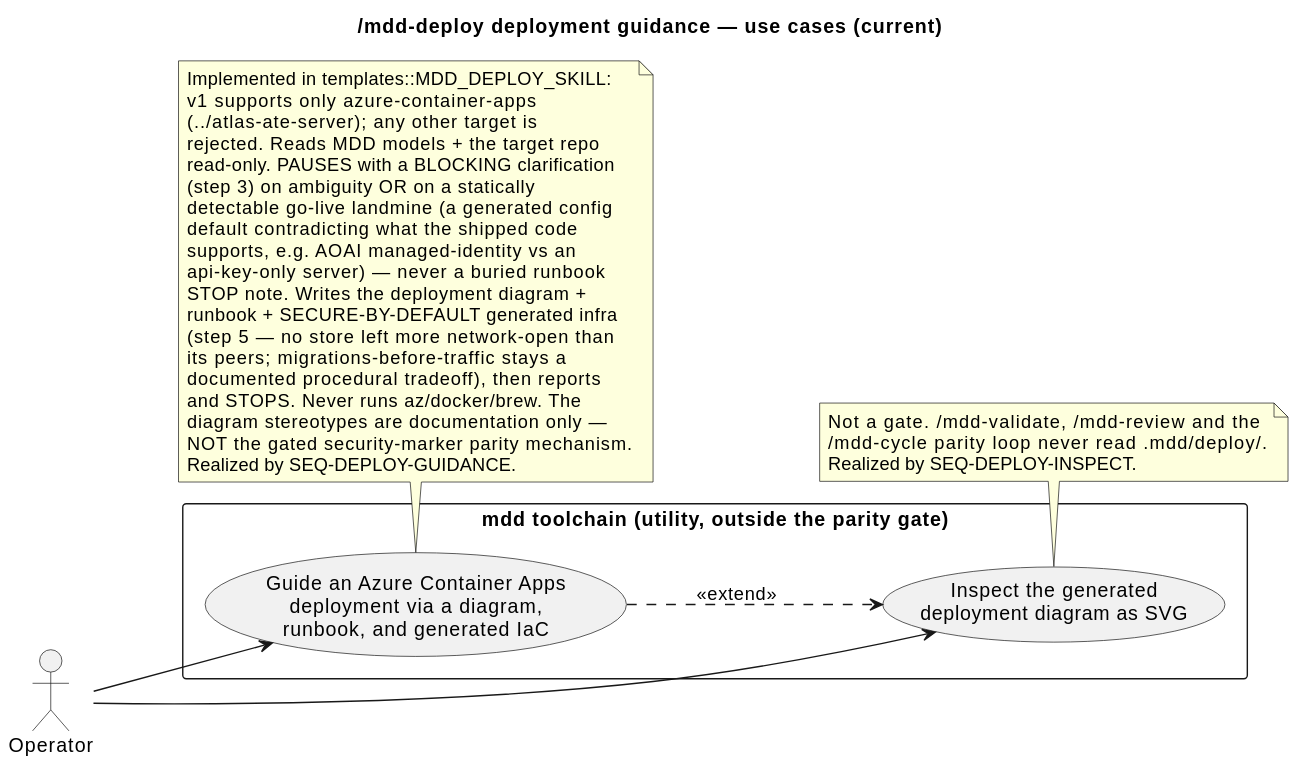
Before: .mdd/rendered/models/current/use-cases/deploy-guidance.svg, a diagram exported from PlantUML (cthadeufaria/model-driven-development). The source it was exported from:
```plantuml
@startuml
title /mdd-deploy deployment guidance — use cases (current)

left to right direction

actor "Operator" as Op

rectangle "mdd toolchain (utility, outside the parity gate)" {
  usecase "Guide an Azure Container Apps\ndeployment via a diagram,\nrunbook, and generated IaC" as Guide
  usecase "Inspect the generated\ndeployment diagram as SVG" as Inspect
}

Op --> Guide
Op --> Inspect

Guide ..> Inspect : <<extend>>

note bottom of Guide
  Implemented in templates::MDD_DEPLOY_SKILL:
  v1 supports only azure-container-apps
  (../atlas-ate-server); any other target is
  rejected. Reads MDD models + the target repo
  read-only. PAUSES with a BLOCKING clarification
  (step 3) on ambiguity OR on a statically
  detectable go-live landmine (a generated config
  default contradicting what the shipped code
  supports, e.g. AOAI managed-identity vs an
  api-key-only server) — never a buried runbook
  STOP note. Writes the deployment diagram +
  runbook + SECURE-BY-DEFAULT generated infra
  (step 5 — no store left more network-open than
  its peers; migrations-before-traffic stays a
  documented procedural tradeoff), then reports
  and STOPS. Never runs az/docker/brew. The
  diagram stereotypes are documentation only —
  NOT the gated security-marker parity mechanism.
  Realized by SEQ-DEPLOY-GUIDANCE.
end note

note bottom of Inspect
  Not a gate. /mdd-validate, /mdd-review and the
  /mdd-cycle parity loop never read .mdd/deploy/.
  Realized by SEQ-DEPLOY-INSPECT.
end note
@enduml
```
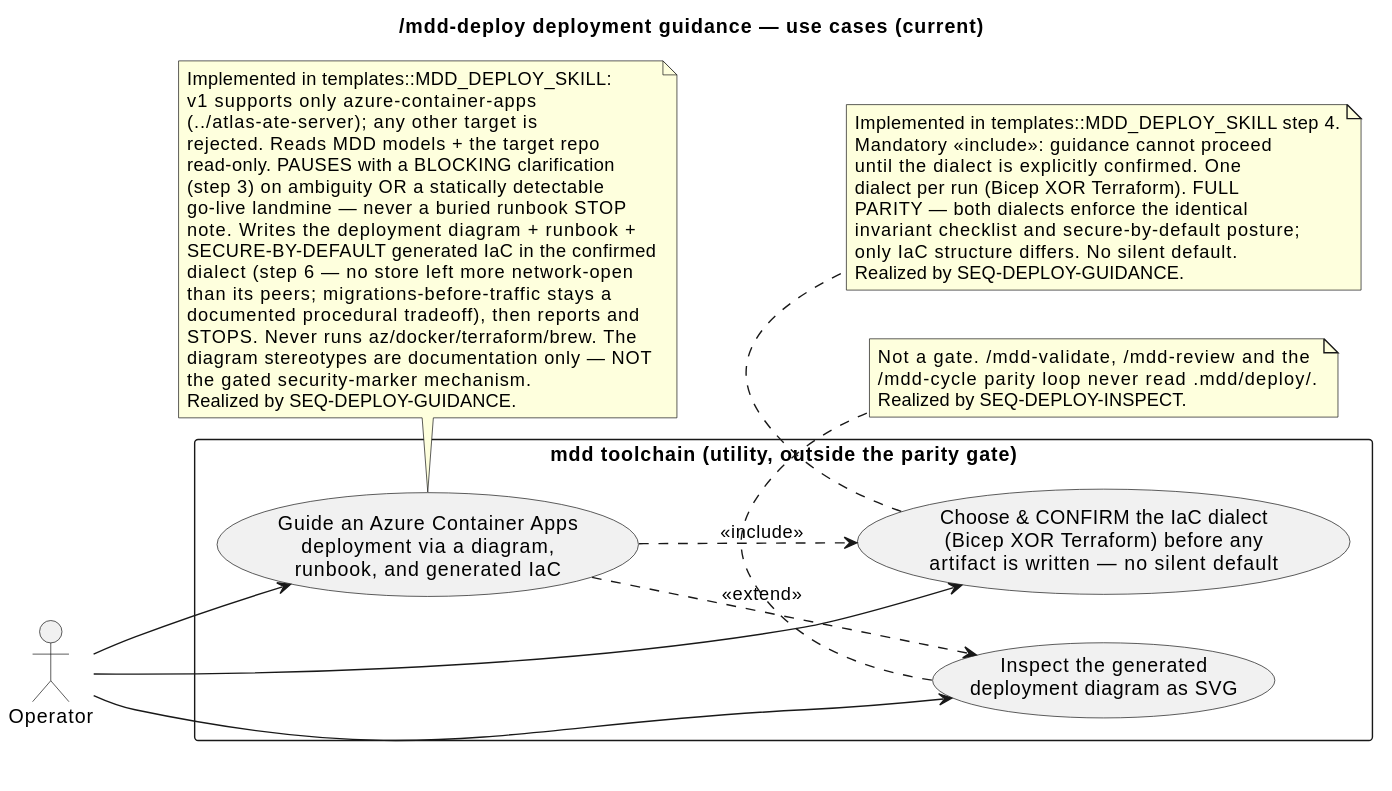
The same diagram one commit later.

The edit, as a diff of the source:
```diff
@@ -7,12 +7,15 @@
 
 rectangle "mdd toolchain (utility, outside the parity gate)" {
   usecase "Guide an Azure Container Apps\ndeployment via a diagram,\nrunbook, and generated IaC" as Guide
+  usecase "Choose & CONFIRM the IaC dialect\n(Bicep XOR Terraform) before any\nartifact is written — no silent default" as Dialect
   usecase "Inspect the generated\ndeployment diagram as SVG" as Inspect
 }
 
 Op --> Guide
+Op --> Dialect
 Op --> Inspect
 
+Guide ..> Dialect : <<include>>
 Guide ..> Inspect : <<extend>>
 
 note bottom of Guide
@@ -21,19 +24,27 @@
   (../atlas-ate-server); any other target is
   rejected. Reads MDD models + the target repo
   read-only. PAUSES with a BLOCKING clarification
-  (step 3) on ambiguity OR on a statically
-  detectable go-live landmine (a generated config
-  default contradicting what the shipped code
-  supports, e.g. AOAI managed-identity vs an
-  api-key-only server) — never a buried runbook
-  STOP note. Writes the deployment diagram +
-  runbook + SECURE-BY-DEFAULT generated infra
-  (step 5 — no store left more network-open than
-  its peers; migrations-before-traffic stays a
-  documented procedural tradeoff), then reports
-  and STOPS. Never runs az/docker/brew. The
-  diagram stereotypes are documentation only —
-  NOT the gated security-marker parity mechanism.
+  (step 3) on ambiguity OR a statically detectable
+  go-live landmine — never a buried runbook STOP
+  note. Writes the deployment diagram + runbook +
+  SECURE-BY-DEFAULT generated IaC in the confirmed
+  dialect (step 6 — no store left more network-open
+  than its peers; migrations-before-traffic stays a
+  documented procedural tradeoff), then reports and
+  STOPS. Never runs az/docker/terraform/brew. The
+  diagram stereotypes are documentation only — NOT
+  the gated security-marker mechanism.
+  Realized by SEQ-DEPLOY-GUIDANCE.
+end note
+
+note bottom of Dialect
+  Implemented in templates::MDD_DEPLOY_SKILL step 4.
+  Mandatory <<include>>: guidance cannot proceed
+  until the dialect is explicitly confirmed. One
+  dialect per run (Bicep XOR Terraform). FULL
+  PARITY — both dialects enforce the identical
+  invariant checklist and secure-by-default posture;
+  only IaC structure differs. No silent default.
   Realized by SEQ-DEPLOY-GUIDANCE.
 end note
 
```
